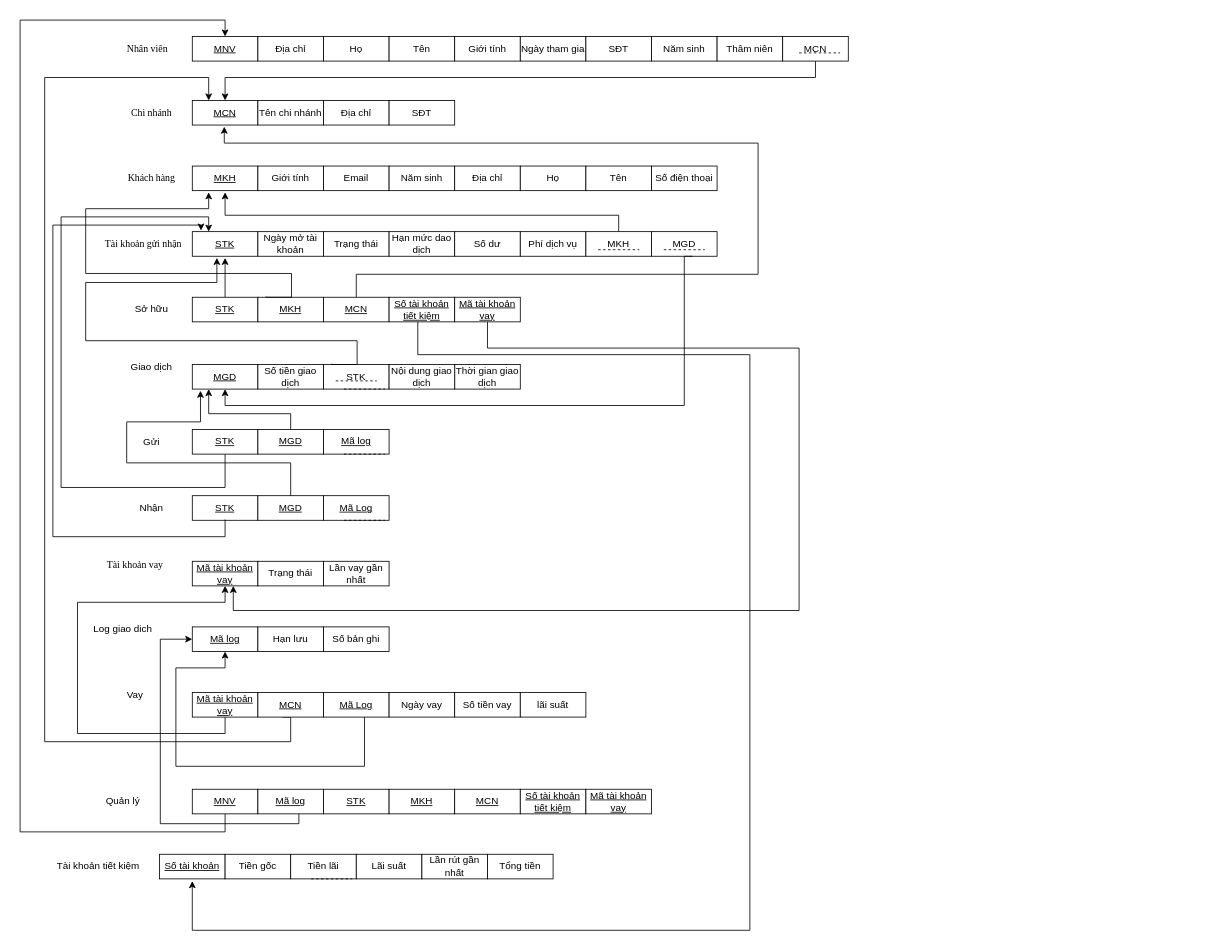
This is Untitled Diagram.drawio from HoangVietAnh09/CSDL, a draw.io file, before an edit. Source tidied: cells renumbered, new cells numbered last; positions are measured from the earlier drawing's top-left corner, leaving out a move shared by most shapes. Both pictures are drawn from the tidied source at 82%, with x=0, y=0 at pixel (20, 20).
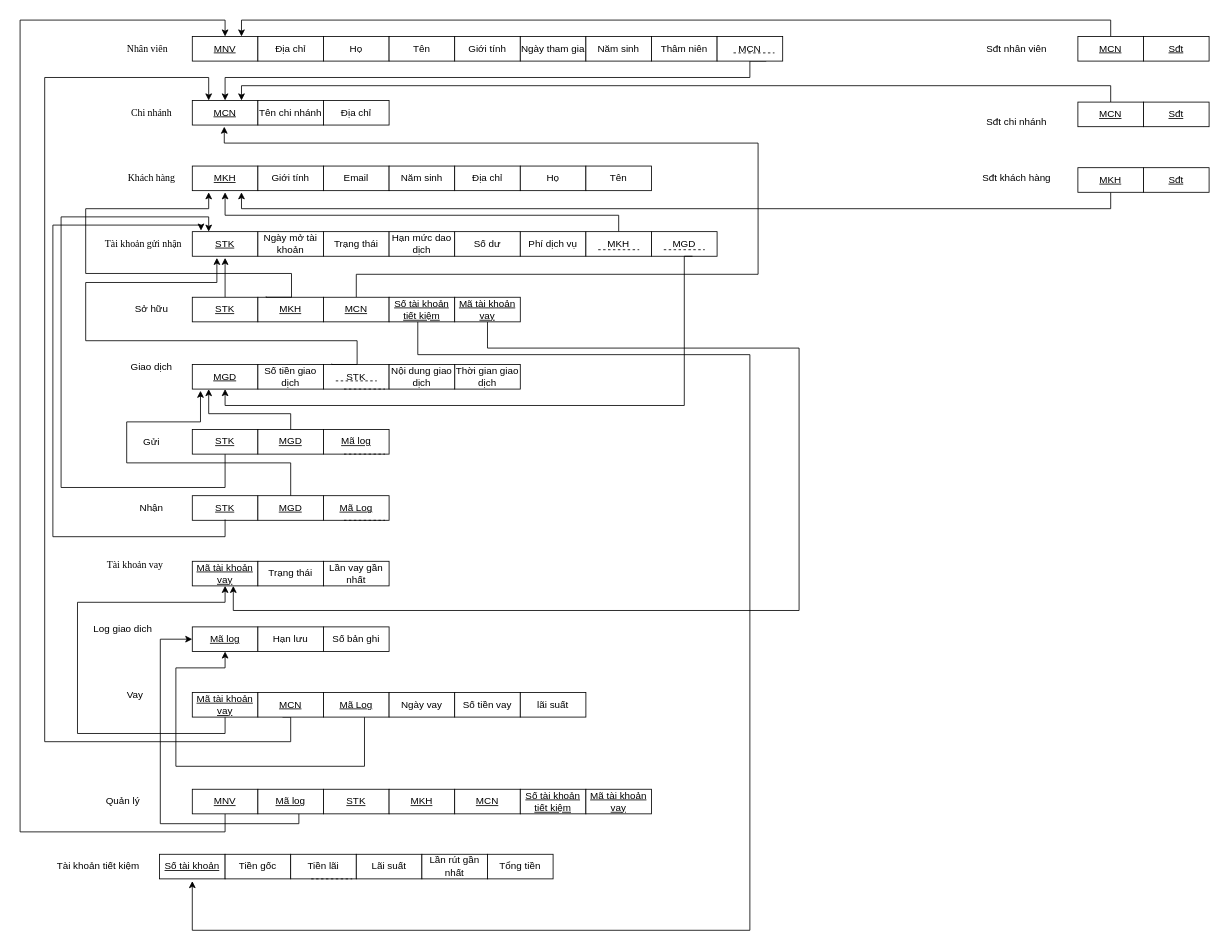
The same diagram, later.

Unchanged cells that the change refers to:
```xml
<mxCell id="3" value="&lt;u&gt;MNV&lt;br&gt;&lt;/u&gt;" style="rounded=0;whiteSpace=wrap;html=1;" parent="1" vertex="1">
  <mxGeometry x="210" y="20" width="80" height="30" as="geometry" />
</mxCell>
<mxCell id="13" value="&lt;u&gt;MCN&lt;/u&gt;" style="rounded=0;whiteSpace=wrap;html=1;" parent="1" vertex="1">
  <mxGeometry x="210" y="98" width="80" height="30" as="geometry" />
</mxCell>
```

The edit, as a diff of the source:
```diff
@@
-    <mxCell id="9" value="SĐT" style="rounded=0;whiteSpace=wrap;html=1;" parent="1" vertex="1">
-      <mxGeometry x="690" y="20" width="80" height="30" as="geometry" />
-    </mxCell>
     <mxCell id="10" value="Năm sinh" style="rounded=0;whiteSpace=wrap;html=1;" parent="1" vertex="1">
-      <mxGeometry x="770" y="20" width="80" height="30" as="geometry" />
+      <mxGeometry x="690" y="20" width="80" height="30" as="geometry" />
     </mxCell>
     <mxCell id="11" value="Thâm niên" style="rounded=0;whiteSpace=wrap;html=1;" parent="1" vertex="1">
-      <mxGeometry x="850" y="20" width="80" height="30" as="geometry" />
+      <mxGeometry x="770" y="20" width="80" height="30" as="geometry" />
     </mxCell>
@@
-    <mxCell id="16" value="SĐT" style="rounded=0;whiteSpace=wrap;html=1;" parent="1" vertex="1">
-      <mxGeometry x="450" y="98" width="80" height="30" as="geometry" />
-    </mxCell>
     <mxCell id="17" style="edgeStyle=orthogonalEdgeStyle;rounded=0;jettySize=auto;html=1;entryX=0.5;entryY=0;entryDx=0;entryDy=0;" parent="1" edge="1" target="13">
       <mxGeometry relative="1" as="geometry">
-        <mxPoint x="970" y="50" as="sourcePoint" />
+        <mxPoint x="910" y="50" as="sourcePoint" />
         <Array as="points">
-          <mxPoint x="970" y="70" />
+          <mxPoint x="901" y="50" />
+          <mxPoint x="890" y="50" />
+          <mxPoint x="890" y="70" />
           <mxPoint x="250" y="70" />
         </Array>
       </mxGeometry>
     </mxCell>
     <mxCell id="18" value="MCN" style="rounded=0;whiteSpace=wrap;html=1;" parent="1" vertex="1">
-      <mxGeometry x="930" y="20" width="80" height="30" as="geometry" />
+      <mxGeometry x="850" y="20" width="80" height="30" as="geometry" />
     </mxCell>
     <mxCell id="19" style="endArrow=none;dashed=1;html=1;rounded=0;entryX=0.875;entryY=0.667;entryDx=0;entryDy=0;entryPerimeter=0;" parent="1" edge="1" target="18">
       <mxGeometry relative="1" as="geometry">
-        <mxPoint x="950" y="40" as="sourcePoint" />
+        <mxPoint x="870" y="40" as="sourcePoint" />
       </mxGeometry>
     </mxCell>
@@
-    <mxCell id="28" value="Số điện thoại" style="rounded=0;whiteSpace=wrap;html=1;" parent="1" vertex="1">
-      <mxGeometry x="770" y="178" width="80" height="30" as="geometry" />
-    </mxCell>
@@
+    <mxCell id="112" style="edgeStyle=orthogonalEdgeStyle;rounded=0;jettySize=auto;html=1;entryX=0.75;entryY=0;entryDx=0;entryDy=0;" parent="1" edge="1" target="13">
+      <mxGeometry relative="1" as="geometry">
+        <mxPoint x="1330" y="100" as="sourcePoint" />
+        <Array as="points">
+          <mxPoint x="1330" y="80" />
+          <mxPoint x="270" y="80" />
+        </Array>
+      </mxGeometry>
+    </mxCell>
+    <mxCell id="113" value="&lt;u&gt;MCN&lt;/u&gt;" style="rounded=0;whiteSpace=wrap;html=1;" parent="1" vertex="1">
+      <mxGeometry x="1290" y="100" width="80" height="30" as="geometry" />
+    </mxCell>
+    <mxCell id="114" value="&lt;u&gt;Sđt&lt;br&gt;&lt;/u&gt;" style="rounded=0;whiteSpace=wrap;html=1;" parent="1" vertex="1">
+      <mxGeometry x="1370" y="100" width="80" height="30" as="geometry" />
+    </mxCell>
+    <mxCell id="115" value="Sđt chi nhánh" style="text;html=1;align=center;verticalAlign=middle;strokeColor=none;fillColor=none;" parent="1" vertex="1">
+      <mxGeometry x="1170" y="110" width="90" height="30" as="geometry" />
+    </mxCell>
+    <mxCell id="116" style="edgeStyle=orthogonalEdgeStyle;rounded=0;orthogonalLoop=1;jettySize=auto;html=1;" parent="1" edge="1">
+      <mxGeometry relative="1" as="geometry">
+        <mxPoint x="1330" y="210" as="sourcePoint" />
+        <mxPoint x="270" y="210" as="targetPoint" />
+        <Array as="points">
+          <mxPoint x="1330" y="230" />
+        </Array>
+      </mxGeometry>
+    </mxCell>
+    <mxCell id="117" value="&lt;u&gt;MKH&lt;/u&gt;" style="rounded=0;whiteSpace=wrap;html=1;" parent="1" vertex="1">
+      <mxGeometry x="1290" y="180" width="80" height="30" as="geometry" />
+    </mxCell>
+    <mxCell id="118" value="&lt;u&gt;Sđt&lt;br&gt;&lt;/u&gt;" style="rounded=0;whiteSpace=wrap;html=1;" parent="1" vertex="1">
+      <mxGeometry x="1370" y="180" width="80" height="30" as="geometry" />
+    </mxCell>
+    <mxCell id="119" value="Sđt khách hàng" style="text;html=1;align=center;verticalAlign=middle;strokeColor=none;fillColor=none;" parent="1" vertex="1">
+      <mxGeometry x="1165" y="178" width="100" height="30" as="geometry" />
+    </mxCell>
+    <mxCell id="120" style="edgeStyle=orthogonalEdgeStyle;rounded=0;jettySize=auto;html=1;entryX=0.75;entryY=0;entryDx=0;entryDy=0;" parent="1" edge="1" target="3">
+      <mxGeometry relative="1" as="geometry">
+        <mxPoint x="1330" y="20" as="sourcePoint" />
+        <Array as="points">
+          <mxPoint x="1330" />
+          <mxPoint x="270" />
+        </Array>
+      </mxGeometry>
+    </mxCell>
+    <mxCell id="121" value="&lt;u&gt;MCN&lt;/u&gt;" style="rounded=0;whiteSpace=wrap;html=1;" parent="1" vertex="1">
+      <mxGeometry x="1290" y="20" width="80" height="30" as="geometry" />
+    </mxCell>
+    <mxCell id="122" value="&lt;u&gt;Sđt&lt;br&gt;&lt;/u&gt;" style="rounded=0;whiteSpace=wrap;html=1;" parent="1" vertex="1">
+      <mxGeometry x="1370" y="20" width="80" height="30" as="geometry" />
+    </mxCell>
+    <mxCell id="123" value="Sđt nhân viên" style="text;html=1;align=center;verticalAlign=middle;strokeColor=none;fillColor=none;" parent="1" vertex="1">
+      <mxGeometry x="1170" y="20" width="90" height="30" as="geometry" />
+    </mxCell>
```
